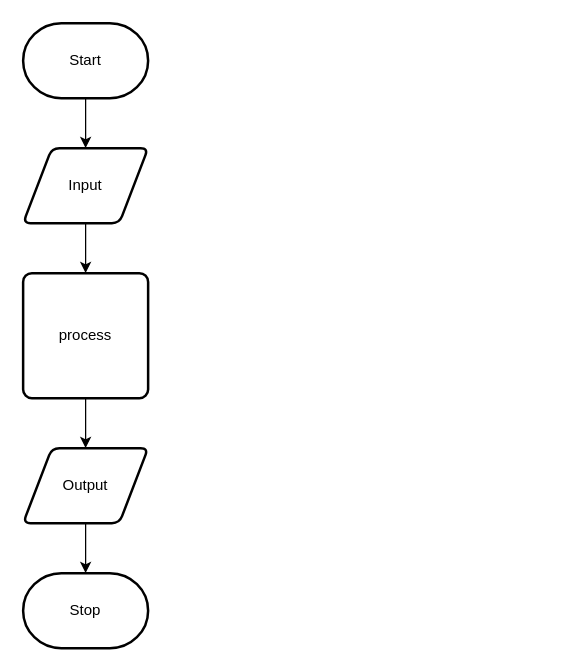
The draw.io diagram design/flow-chart.drawio in Alex-Nelson-1/ISC2O-UNIT5-04-JS-AND-OR, before the edit. Source tidied: cells renumbered, new cells numbered last; positions are measured from the earlier drawing's top-left corner, leaving out a move shared by most shapes. Both pictures are drawn from the tidied source at 125%, with x=0, y=0 at pixel (22, 22).
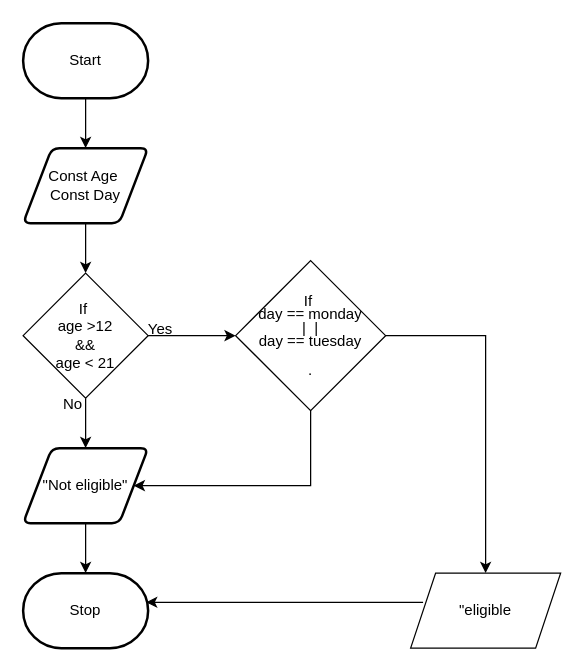
The same diagram, later.

Commit message (it also covers changes not shown here):
Flow chart and Storyboard saved

Unchanged cells that the change refers to:
```xml
<mxCell id="10" value="Stop" style="strokeWidth=2;html=1;shape=mxgraph.flowchart.terminator;whiteSpace=wrap;" parent="1" vertex="1">
  <mxGeometry y="440" width="100" height="60" as="geometry" />
</mxCell>
```

The edit, as a diff of the source:
```diff
@@
-    <mxCell id="4" style="edgeStyle=none;html=1;" parent="1" edge="1" source="5" target="7">
-      <mxGeometry relative="1" as="geometry" />
+    <mxCell id="4" style="edgeStyle=none;html=1;" parent="1" edge="1" source="5">
+      <mxGeometry relative="1" as="geometry">
+        <mxPoint x="50" y="200" as="targetPoint" />
+      </mxGeometry>
     </mxCell>
-    <mxCell id="5" value="Input" style="shape=parallelogram;html=1;strokeWidth=2;perimeter=parallelogramPerimeter;whiteSpace=wrap;rounded=1;arcSize=12;size=0.23;" parent="1" vertex="1">
+    <mxCell id="5" value="Const Age&amp;nbsp;&lt;br&gt;Const Day" style="shape=parallelogram;html=1;strokeWidth=2;perimeter=parallelogramPerimeter;whiteSpace=wrap;rounded=1;arcSize=12;size=0.23;" parent="1" vertex="1">
       <mxGeometry y="100" width="100" height="60" as="geometry" />
     </mxCell>
-    <mxCell id="6" style="edgeStyle=none;html=1;" parent="1" edge="1" source="7" target="9">
-      <mxGeometry relative="1" as="geometry" />
+    <mxCell id="6" style="edgeStyle=none;html=1;" parent="1" edge="1" target="9">
+      <mxGeometry relative="1" as="geometry">
+        <mxPoint x="50" y="300" as="sourcePoint" />
+      </mxGeometry>
     </mxCell>
-    <mxCell id="7" value="process" style="rounded=1;whiteSpace=wrap;html=1;absoluteArcSize=1;arcSize=14;strokeWidth=2;" parent="1" vertex="1">
-      <mxGeometry y="200" width="100" height="100" as="geometry" />
-    </mxCell>
@@
-    <mxCell id="9" value="Output" style="shape=parallelogram;html=1;strokeWidth=2;perimeter=parallelogramPerimeter;whiteSpace=wrap;rounded=1;arcSize=12;size=0.23;" parent="1" vertex="1">
+    <mxCell id="9" value="&quot;Not eligible&quot;" style="shape=parallelogram;html=1;strokeWidth=2;perimeter=parallelogramPerimeter;whiteSpace=wrap;rounded=1;arcSize=12;size=0.23;" parent="1" vertex="1">
       <mxGeometry y="340" width="100" height="60" as="geometry" />
     </mxCell>
@@
+    <mxCell id="11" style="edgeStyle=none;html=1;" parent="1" edge="1" source="12" target="15">
+      <mxGeometry relative="1" as="geometry" />
+    </mxCell>
+    <mxCell id="12" value="If&amp;nbsp;&lt;br&gt;age &amp;gt;12&lt;br&gt;&amp;amp;&amp;amp;&lt;br&gt;age &amp;lt; 21" style="rhombus;whiteSpace=wrap;html=1;" parent="1" vertex="1">
+      <mxGeometry y="200" width="100" height="100" as="geometry" />
+    </mxCell>
+    <mxCell id="13" style="edgeStyle=none;html=1;entryX=1;entryY=0.5;entryDx=0;entryDy=0;rounded=0;" parent="1" edge="1" source="15" target="9">
+      <mxGeometry relative="1" as="geometry">
+        <Array as="points">
+          <mxPoint x="230" y="370" />
+        </Array>
+      </mxGeometry>
+    </mxCell>
+    <mxCell id="14" style="edgeStyle=none;shape=connector;rounded=0;html=1;labelBackgroundColor=default;fontFamily=Helvetica;fontSize=11;fontColor=default;endArrow=classic;strokeColor=default;" parent="1" edge="1" source="15" target="18">
+      <mxGeometry relative="1" as="geometry">
+        <Array as="points">
+          <mxPoint x="370" y="250" />
+        </Array>
+      </mxGeometry>
+    </mxCell>
+    <mxCell id="15" value="&lt;p style=&quot;line-height: 0.9&quot;&gt;If&amp;nbsp;&lt;br&gt;day == monday&lt;br&gt;|&amp;nbsp; |&lt;br&gt;day == tuesday&lt;/p&gt;&lt;p style=&quot;line-height: 0.9&quot;&gt;.&lt;/p&gt;" style="rhombus;whiteSpace=wrap;html=1;" parent="1" vertex="1">
+      <mxGeometry x="170" y="190" width="120" height="120" as="geometry" />
+    </mxCell>
+    <mxCell id="16" value="Yes" style="text;html=1;strokeColor=none;fillColor=none;align=center;verticalAlign=middle;whiteSpace=wrap;rounded=0;" parent="1" vertex="1">
+      <mxGeometry x="80" y="230" width="60" height="30" as="geometry" />
+    </mxCell>
+    <mxCell id="17" value="No" style="text;html=1;strokeColor=none;fillColor=none;align=center;verticalAlign=middle;whiteSpace=wrap;rounded=0;" parent="1" vertex="1">
+      <mxGeometry x="10" y="290" width="60" height="30" as="geometry" />
+    </mxCell>
+    <mxCell id="18" value="&quot;eligible" style="shape=parallelogram;perimeter=parallelogramPerimeter;whiteSpace=wrap;html=1;fixedSize=1;" parent="1" vertex="1">
+      <mxGeometry x="310" y="440" width="120" height="60" as="geometry" />
+    </mxCell>
+    <mxCell id="19" style="endArrow=classic;html=1;rounded=0;labelBackgroundColor=default;fontFamily=Helvetica;fontSize=11;fontColor=default;strokeColor=default;shape=connector;exitX=0.083;exitY=0.389;exitDx=0;exitDy=0;entryX=0.984;entryY=0.389;entryDx=0;entryDy=0;entryPerimeter=0;exitPerimeter=0;" parent="1" edge="1" source="18" target="10">
+      <mxGeometry relative="1" as="geometry" />
+    </mxCell>
```
